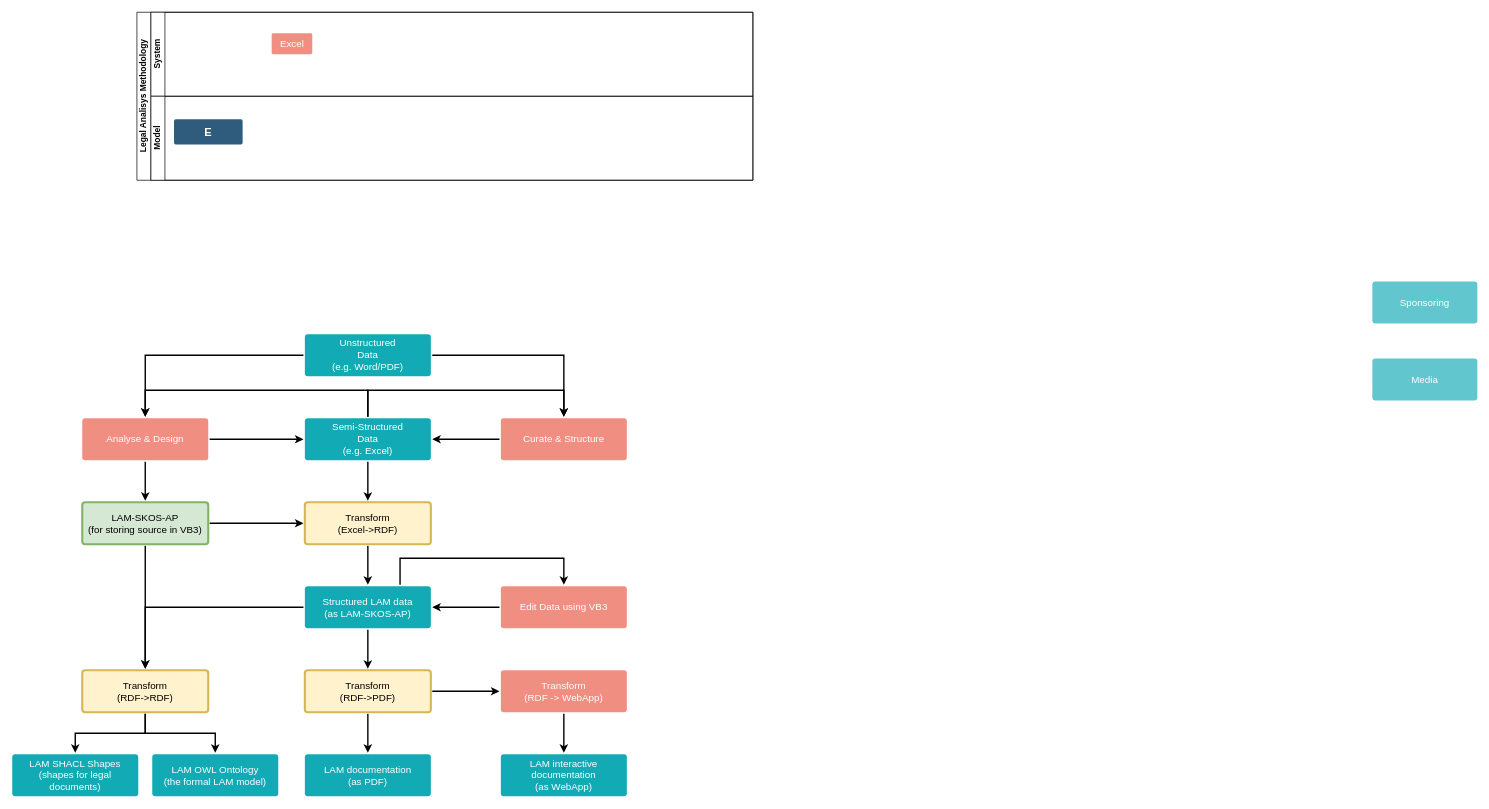
meaningfy-ws/lam4vb3 keeps this draw.io diagram as docs/lam vision.drawio. Above is the earlier version. Source tidied: cells renumbered, new cells numbered last; positions are measured from the earlier drawing's top-left corner, leaving out a move shared by most shapes. Both pictures are drawn from the tidied source at 70%, with x=0, y=0 at pixel (12, 12).
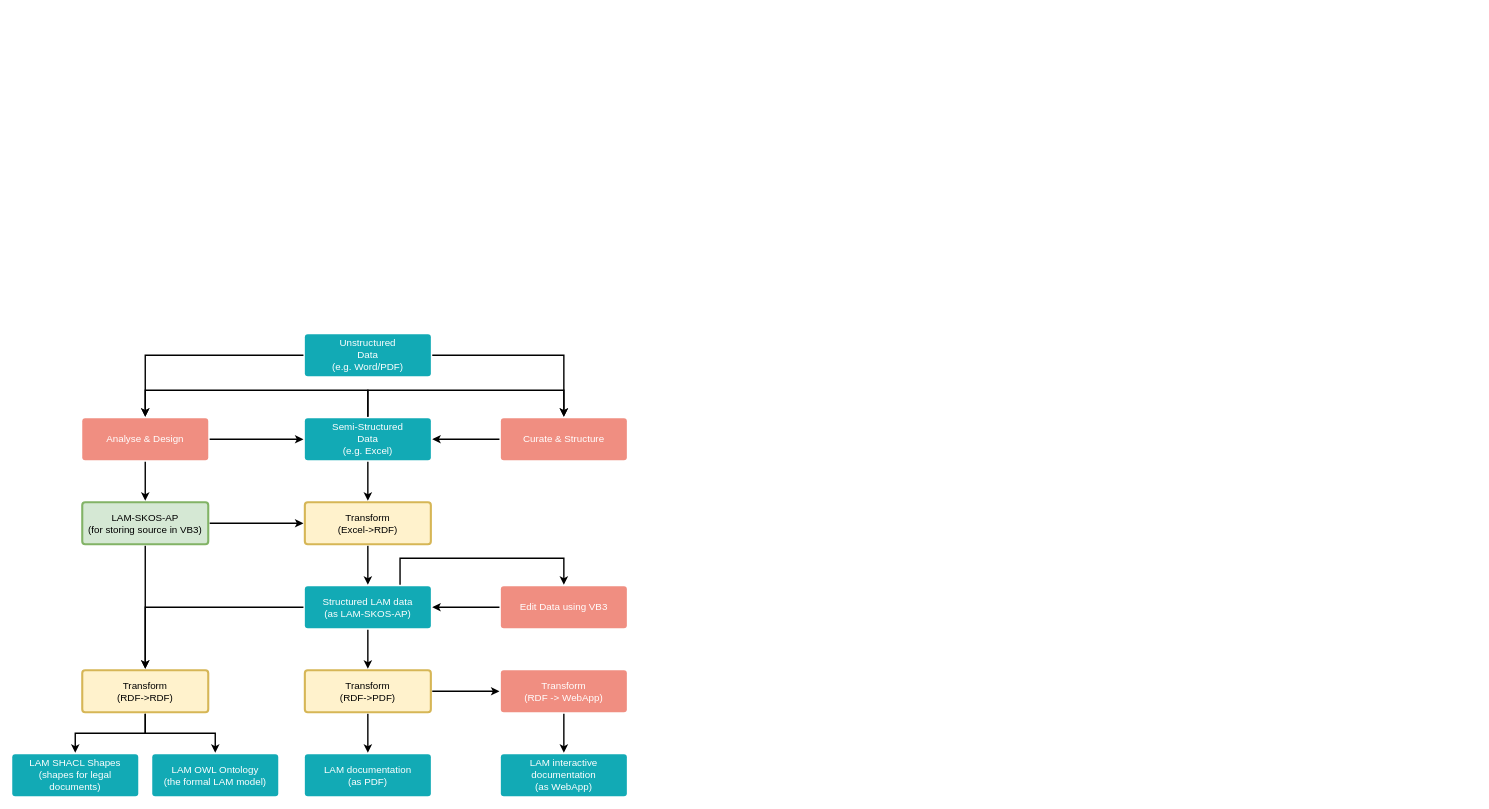
The same diagram, later.

What changed in the source:
```diff
@@
-    <mxCell id="2" value="Media" style="rounded=1;whiteSpace=wrap;html=1;shadow=0;labelBackgroundColor=none;strokeColor=none;strokeWidth=3;fillColor=#61c6ce;fontFamily=Helvetica;fontSize=14;fontColor=#FFFFFF;align=center;spacing=5;fontStyle=0;arcSize=7;perimeterSpacing=2;" parent="1" vertex="1">
-      <mxGeometry x="1943" y="494.5" width="150" height="60" as="geometry" />
-    </mxCell>
-    <mxCell id="3" value="Sponsoring" style="rounded=1;whiteSpace=wrap;html=1;shadow=0;labelBackgroundColor=none;strokeColor=none;strokeWidth=3;fillColor=#61c6ce;fontFamily=Helvetica;fontSize=14;fontColor=#FFFFFF;align=center;spacing=5;fontStyle=0;arcSize=7;perimeterSpacing=2;" parent="1" vertex="1">
-      <mxGeometry x="1943" y="384.5" width="150" height="60" as="geometry" />
-    </mxCell>
-    <mxCell id="4" value="Legal Analisys Methodology" style="swimlane;html=1;horizontal=0;startSize=20;" parent="1" vertex="1">
-      <mxGeometry x="178.1" width="880" height="240" as="geometry" />
-    </mxCell>
-    <mxCell id="5" value="System" style="swimlane;html=1;startSize=20;horizontal=0;" parent="4" vertex="1">
-      <mxGeometry x="20" width="860" height="120" as="geometry" />
-    </mxCell>
-    <mxCell id="6" value="Excel" style="rounded=1;whiteSpace=wrap;html=1;shadow=0;labelBackgroundColor=none;strokeColor=none;strokeWidth=3;fillColor=#f08e81;fontFamily=Helvetica;fontSize=14;fontColor=#FFFFFF;align=center;spacing=5;fontStyle=0;arcSize=7;perimeterSpacing=2;" parent="5" vertex="1">
-      <mxGeometry x="172.5" y="30" width="58" height="30" as="geometry" />
-    </mxCell>
-    <mxCell id="7" value="Model&lt;br&gt;" style="swimlane;html=1;startSize=20;horizontal=0;" parent="4" vertex="1">
-      <mxGeometry x="20" y="120" width="860" height="120" as="geometry" />
-    </mxCell>
-    <mxCell id="8" value="E" style="rounded=1;whiteSpace=wrap;html=1;shadow=0;labelBackgroundColor=none;strokeColor=none;strokeWidth=3;fillColor=#2F5B7C;fontFamily=Helvetica;fontSize=16;fontColor=#FFFFFF;align=center;fontStyle=1;spacing=5;arcSize=7;perimeterSpacing=2;" parent="7" vertex="1">
-      <mxGeometry x="33" y="33" width="98" height="36" as="geometry" />
-    </mxCell>
```
